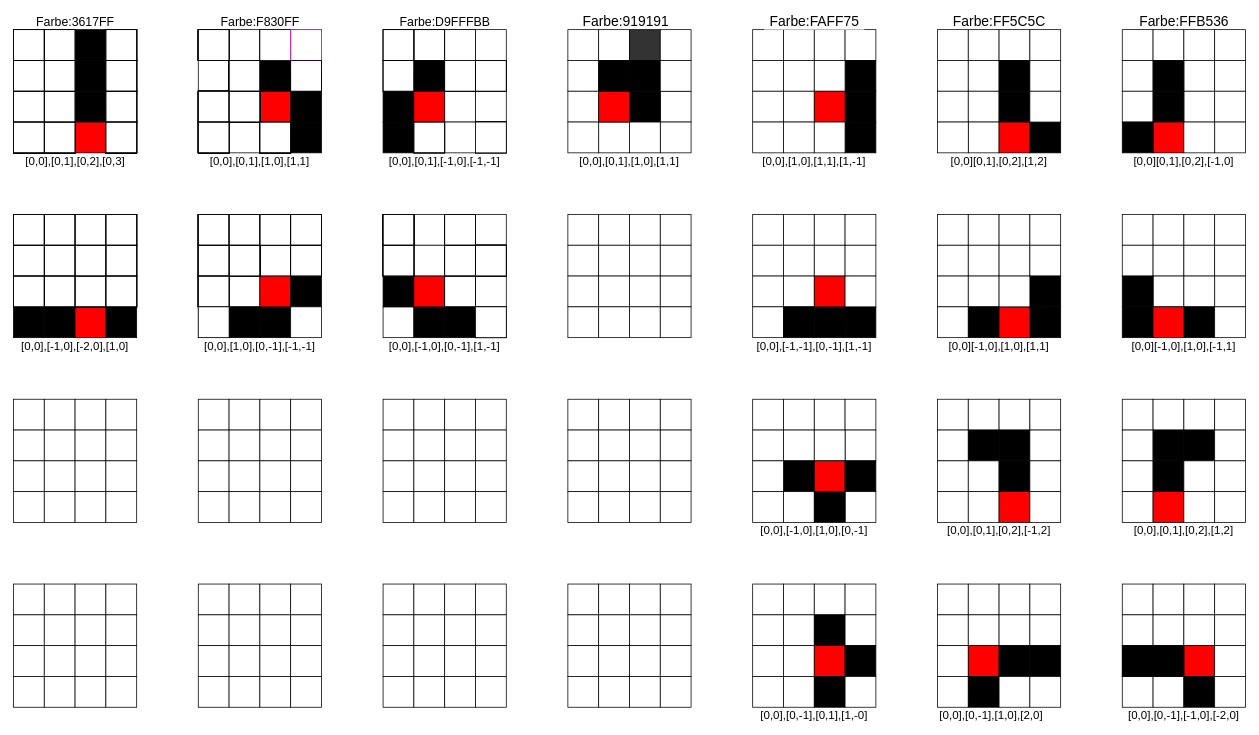
Above: lib/documentation/shapes.drawio in AUSoft-Kassel/tetris (draw.io), before the change. Source tidied: cells renumbered, new cells numbered last; positions are measured from the earlier drawing's top-left corner, leaving out a move shared by most shapes. Both pictures are drawn from the tidied source at 77%, with x=0, y=0 at pixel (13, 14).
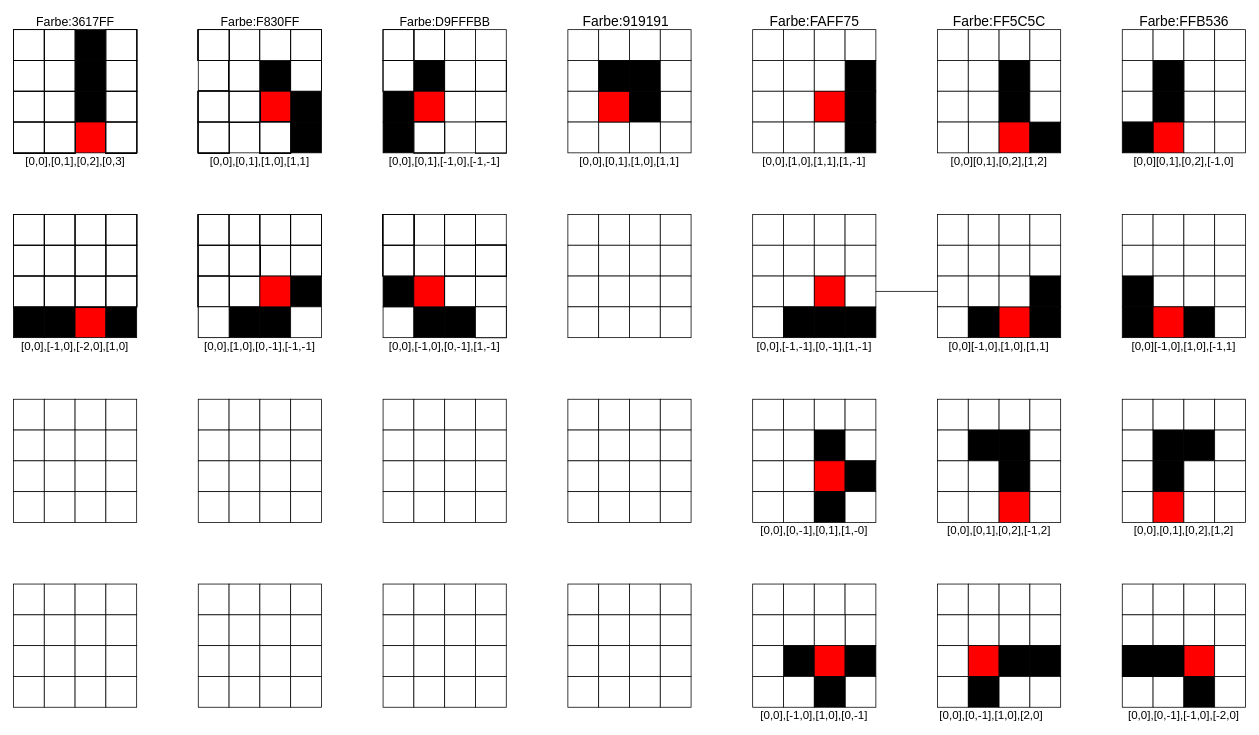
The same page after the edit.

Unchanged cells that the change refers to:
```xml
<mxCell id="288" style="whiteSpace=wrap;html=1;" parent="1" vertex="1">
  <mxGeometry x="1080" y="300" width="40" height="40" as="geometry" />
</mxCell>
<mxCell id="356" style="whiteSpace=wrap;html=1;" parent="1" vertex="1">
  <mxGeometry x="1240" y="340" width="40" height="40" as="geometry" />
</mxCell>
```

Change to the diagram source:
```diff
@@
-    <mxCell id="202" style="whiteSpace=wrap;html=1;fillColor=#333333;" parent="1" vertex="1">
+    <mxCell id="202" style="whiteSpace=wrap;html=1;fillColor=#FFFFFF;" parent="1" vertex="1">
       <mxGeometry x="800" y="20" width="40" height="40" as="geometry" />
     </mxCell>
@@
+    <mxCell id="1146" style="edgeStyle=orthogonalEdgeStyle;rounded=0;jettySize=auto;html=1;exitX=0.75;exitY=1;exitDx=0;exitDy=0;" parent="1" edge="1" source="288" target="356">
+      <mxGeometry relative="1" as="geometry" />
+    </mxCell>
@@
-    <mxCell id="297" style="whiteSpace=wrap;html=1;" parent="1" vertex="1">
-      <mxGeometry x="960" y="500" width="40" height="40" as="geometry" />
-    </mxCell>
-    <mxCell id="298" style="whiteSpace=wrap;html=1;" parent="1" vertex="1">
-      <mxGeometry x="1000" y="500" width="40" height="40" as="geometry" />
-    </mxCell>
-    <mxCell id="299" style="whiteSpace=wrap;html=1;" parent="1" vertex="1">
-      <mxGeometry x="1040" y="500" width="40" height="40" as="geometry" />
-    </mxCell>
-    <mxCell id="300" style="whiteSpace=wrap;html=1;" parent="1" vertex="1">
-      <mxGeometry x="1080" y="500" width="40" height="40" as="geometry" />
-    </mxCell>
-    <mxCell id="301" style="whiteSpace=wrap;html=1;" parent="1" vertex="1">
-      <mxGeometry x="960" y="540" width="40" height="40" as="geometry" />
-    </mxCell>
-    <mxCell id="302" style="whiteSpace=wrap;html=1;" parent="1" vertex="1">
-      <mxGeometry x="1000" y="540" width="40" height="40" as="geometry" />
-    </mxCell>
-    <mxCell id="303" style="whiteSpace=wrap;html=1;" parent="1" vertex="1">
-      <mxGeometry x="1080" y="540" width="40" height="40" as="geometry" />
-    </mxCell>
-    <mxCell id="304" style="whiteSpace=wrap;html=1;fillColor=#000000;" parent="1" vertex="1">
-      <mxGeometry x="1000" y="580" width="40" height="40" as="geometry" />
-    </mxCell>
-    <mxCell id="305" style="whiteSpace=wrap;html=1;" parent="1" vertex="1">
-      <mxGeometry x="960" y="580" width="40" height="40" as="geometry" />
-    </mxCell>
-    <mxCell id="306" style="whiteSpace=wrap;html=1;" parent="1" vertex="1">
-      <mxGeometry x="1040" y="540" width="40" height="40" as="geometry" />
-    </mxCell>
-    <mxCell id="307" style="whiteSpace=wrap;html=1;fillColor=#FF0000;" parent="1" vertex="1">
-      <mxGeometry x="1040" y="580" width="40" height="40" as="geometry" />
-    </mxCell>
-    <mxCell id="308" style="whiteSpace=wrap;html=1;fillColor=#000000;" parent="1" vertex="1">
-      <mxGeometry x="1080" y="580" width="40" height="40" as="geometry" />
-    </mxCell>
-    <mxCell id="309" style="whiteSpace=wrap;html=1;" parent="1" vertex="1">
-      <mxGeometry x="960" y="620" width="40" height="40" as="geometry" />
-    </mxCell>
-    <mxCell id="310" style="whiteSpace=wrap;html=1;" parent="1" vertex="1">
-      <mxGeometry x="1000" y="620" width="40" height="40" as="geometry" />
-    </mxCell>
-    <mxCell id="311" style="whiteSpace=wrap;html=1;" parent="1" vertex="1">
-      <mxGeometry x="1080" y="620" width="40" height="40" as="geometry" />
-    </mxCell>
-    <mxCell id="312" style="whiteSpace=wrap;html=1;fillColor=#000000;" parent="1" vertex="1">
-      <mxGeometry x="1040" y="620" width="40" height="40" as="geometry" />
-    </mxCell>
     <mxCell id="313" style="whiteSpace=wrap;html=1;" parent="1" vertex="1">
-      <mxGeometry x="960" y="740" width="40" height="40" as="geometry" />
+      <mxGeometry x="960" y="500" width="40" height="40" as="geometry" />
     </mxCell>
     <mxCell id="314" style="whiteSpace=wrap;html=1;" parent="1" vertex="1">
-      <mxGeometry x="1000" y="740" width="40" height="40" as="geometry" />
+      <mxGeometry x="1000" y="500" width="40" height="40" as="geometry" />
     </mxCell>
     <mxCell id="315" style="whiteSpace=wrap;html=1;" parent="1" vertex="1">
-      <mxGeometry x="1040" y="740" width="40" height="40" as="geometry" />
+      <mxGeometry x="1040" y="500" width="40" height="40" as="geometry" />
     </mxCell>
     <mxCell id="316" style="whiteSpace=wrap;html=1;" parent="1" vertex="1">
-      <mxGeometry x="1080" y="740" width="40" height="40" as="geometry" />
+      <mxGeometry x="1080" y="500" width="40" height="40" as="geometry" />
     </mxCell>
     <mxCell id="317" style="whiteSpace=wrap;html=1;" parent="1" vertex="1">
-      <mxGeometry x="960" y="780" width="40" height="40" as="geometry" />
+      <mxGeometry x="960" y="540" width="40" height="40" as="geometry" />
     </mxCell>
     <mxCell id="318" style="whiteSpace=wrap;html=1;" parent="1" vertex="1">
-      <mxGeometry x="1000" y="780" width="40" height="40" as="geometry" />
+      <mxGeometry x="1000" y="540" width="40" height="40" as="geometry" />
     </mxCell>
     <mxCell id="319" style="whiteSpace=wrap;html=1;fillColor=#000000;" parent="1" vertex="1">
-      <mxGeometry x="1040" y="780" width="40" height="40" as="geometry" />
+      <mxGeometry x="1040" y="540" width="40" height="40" as="geometry" />
     </mxCell>
     <mxCell id="320" style="whiteSpace=wrap;html=1;" parent="1" vertex="1">
-      <mxGeometry x="1080" y="780" width="40" height="40" as="geometry" />
+      <mxGeometry x="1080" y="540" width="40" height="40" as="geometry" />
     </mxCell>
     <mxCell id="321" style="whiteSpace=wrap;html=1;" parent="1" vertex="1">
-      <mxGeometry x="960" y="820" width="40" height="40" as="geometry" />
+      <mxGeometry x="960" y="580" width="40" height="40" as="geometry" />
     </mxCell>
     <mxCell id="322" style="whiteSpace=wrap;html=1;" parent="1" vertex="1">
-      <mxGeometry x="1000" y="820" width="40" height="40" as="geometry" />
+      <mxGeometry x="1000" y="580" width="40" height="40" as="geometry" />
     </mxCell>
     <mxCell id="323" style="whiteSpace=wrap;html=1;fillColor=#FF0000;" parent="1" vertex="1">
-      <mxGeometry x="1040" y="820" width="40" height="40" as="geometry" />
+      <mxGeometry x="1040" y="580" width="40" height="40" as="geometry" />
     </mxCell>
     <mxCell id="324" style="whiteSpace=wrap;html=1;fillColor=#000000;" parent="1" vertex="1">
-      <mxGeometry x="1080" y="820" width="40" height="40" as="geometry" />
+      <mxGeometry x="1080" y="580" width="40" height="40" as="geometry" />
     </mxCell>
     <mxCell id="325" style="whiteSpace=wrap;html=1;" parent="1" vertex="1">
-      <mxGeometry x="960" y="860" width="40" height="40" as="geometry" />
+      <mxGeometry x="960" y="620" width="40" height="40" as="geometry" />
     </mxCell>
     <mxCell id="326" style="whiteSpace=wrap;html=1;" parent="1" vertex="1">
-      <mxGeometry x="1000" y="860" width="40" height="40" as="geometry" />
+      <mxGeometry x="1000" y="620" width="40" height="40" as="geometry" />
     </mxCell>
     <mxCell id="327" style="whiteSpace=wrap;html=1;fillColor=#000000;" parent="1" vertex="1">
-      <mxGeometry x="1040" y="860" width="40" height="40" as="geometry" />
+      <mxGeometry x="1040" y="620" width="40" height="40" as="geometry" />
     </mxCell>
     <mxCell id="328" style="whiteSpace=wrap;html=1;" parent="1" vertex="1">
-      <mxGeometry x="1080" y="860" width="40" height="40" as="geometry" />
+      <mxGeometry x="1080" y="620" width="40" height="40" as="geometry" />
     </mxCell>
@@
-    <mxCell id="1089" style="whiteSpace=wrap;html=1;fillColor=none;strokeColor=#F830FF;" parent="1" vertex="1">
+    <mxCell id="1089" style="whiteSpace=wrap;html=1;fillColor=none;" parent="1" vertex="1">
       <mxGeometry x="360" y="20" width="40" height="40" as="geometry" />
     </mxCell>
@@
-    <mxCell id="1133" value="[0,0],[-1,0],[1,0],[0,-1]" style="text;html=1;strokeColor=none;fillColor=none;align=center;verticalAlign=middle;whiteSpace=wrap;rounded=0;fontSize=15;" parent="1" vertex="1">
-      <mxGeometry x="960" y="660" width="160" height="20" as="geometry" />
-    </mxCell>
@@
     <mxCell id="1136" value="[0,0],[0,-1],[0,1],[1,-0]" style="text;html=1;strokeColor=none;fillColor=none;align=center;verticalAlign=middle;whiteSpace=wrap;rounded=0;fontSize=15;" parent="1" vertex="1">
-      <mxGeometry x="960" y="900" width="160" height="20" as="geometry" />
+      <mxGeometry x="960" y="660" width="160" height="20" as="geometry" />
     </mxCell>
@@
-    <mxCell id="1139" value="&lt;font size=&quot;3&quot;&gt;Farbe:3617FF&lt;/font&gt;" style="text;html=1;strokeColor=none;fillColor=none;align=center;verticalAlign=middle;whiteSpace=wrap;rounded=0;" parent="1" vertex="1">
-      <mxGeometry x="65.2" width="30.5" height="20" as="geometry" />
+    <mxCell id="1139" value="&lt;font size=&quot;3&quot;&gt;Farbe:3617FF&lt;/font&gt;" style="text;html=1;strokeColor=none;align=center;verticalAlign=middle;whiteSpace=wrap;rounded=0;" parent="1" vertex="1">
+      <mxGeometry x="64.8" y="5" width="30.5" height="10" as="geometry" />
     </mxCell>
@@
-    <mxCell id="1142" value="&lt;font style=&quot;font-size: 18px&quot;&gt;Farbe:FAFF75&lt;/font&gt;" style="text;html=1;align=center;verticalAlign=middle;fillColor=#ffffff;" parent="1" vertex="1">
+    <mxCell id="1142" value="&lt;font style=&quot;font-size: 18px&quot;&gt;Farbe:FAFF75&lt;/font&gt;" style="text;html=1;align=center;verticalAlign=middle;" parent="1" vertex="1">
       <mxGeometry x="975" width="130" height="20" as="geometry" />
     </mxCell>
@@
+    <mxCell id="1147" style="whiteSpace=wrap;html=1;" parent="1" vertex="1">
+      <mxGeometry x="960" y="740" width="40" height="40" as="geometry" />
+    </mxCell>
+    <mxCell id="1148" style="whiteSpace=wrap;html=1;" parent="1" vertex="1">
+      <mxGeometry x="1000" y="740" width="40" height="40" as="geometry" />
+    </mxCell>
+    <mxCell id="1149" style="whiteSpace=wrap;html=1;" parent="1" vertex="1">
+      <mxGeometry x="1040" y="740" width="40" height="40" as="geometry" />
+    </mxCell>
+    <mxCell id="1150" style="whiteSpace=wrap;html=1;" parent="1" vertex="1">
+      <mxGeometry x="1080" y="740" width="40" height="40" as="geometry" />
+    </mxCell>
+    <mxCell id="1151" style="whiteSpace=wrap;html=1;" parent="1" vertex="1">
+      <mxGeometry x="960" y="780" width="40" height="40" as="geometry" />
+    </mxCell>
+    <mxCell id="1152" style="whiteSpace=wrap;html=1;" parent="1" vertex="1">
+      <mxGeometry x="1000" y="780" width="40" height="40" as="geometry" />
+    </mxCell>
+    <mxCell id="1153" style="whiteSpace=wrap;html=1;" parent="1" vertex="1">
+      <mxGeometry x="1080" y="780" width="40" height="40" as="geometry" />
+    </mxCell>
+    <mxCell id="1154" style="whiteSpace=wrap;html=1;fillColor=#000000;" parent="1" vertex="1">
+      <mxGeometry x="1000" y="820" width="40" height="40" as="geometry" />
+    </mxCell>
+    <mxCell id="1155" style="whiteSpace=wrap;html=1;" parent="1" vertex="1">
+      <mxGeometry x="960" y="820" width="40" height="40" as="geometry" />
+    </mxCell>
+    <mxCell id="1156" style="whiteSpace=wrap;html=1;" parent="1" vertex="1">
+      <mxGeometry x="1040" y="780" width="40" height="40" as="geometry" />
+    </mxCell>
+    <mxCell id="1157" style="whiteSpace=wrap;html=1;fillColor=#FF0000;" parent="1" vertex="1">
+      <mxGeometry x="1040" y="820" width="40" height="40" as="geometry" />
+    </mxCell>
+    <mxCell id="1158" style="whiteSpace=wrap;html=1;fillColor=#000000;" parent="1" vertex="1">
+      <mxGeometry x="1080" y="820" width="40" height="40" as="geometry" />
+    </mxCell>
+    <mxCell id="1159" style="whiteSpace=wrap;html=1;" parent="1" vertex="1">
+      <mxGeometry x="960" y="860" width="40" height="40" as="geometry" />
+    </mxCell>
+    <mxCell id="1160" style="whiteSpace=wrap;html=1;" parent="1" vertex="1">
+      <mxGeometry x="1000" y="860" width="40" height="40" as="geometry" />
+    </mxCell>
+    <mxCell id="1161" style="whiteSpace=wrap;html=1;" parent="1" vertex="1">
+      <mxGeometry x="1080" y="860" width="40" height="40" as="geometry" />
+    </mxCell>
+    <mxCell id="1162" style="whiteSpace=wrap;html=1;fillColor=#000000;" parent="1" vertex="1">
+      <mxGeometry x="1040" y="860" width="40" height="40" as="geometry" />
+    </mxCell>
+    <mxCell id="1133" value="[0,0],[-1,0],[1,0],[0,-1]" style="text;html=1;strokeColor=none;fillColor=none;align=center;verticalAlign=middle;whiteSpace=wrap;rounded=0;fontSize=15;" parent="1" vertex="1">
+      <mxGeometry x="960" y="900" width="160" height="20" as="geometry" />
+    </mxCell>
```
